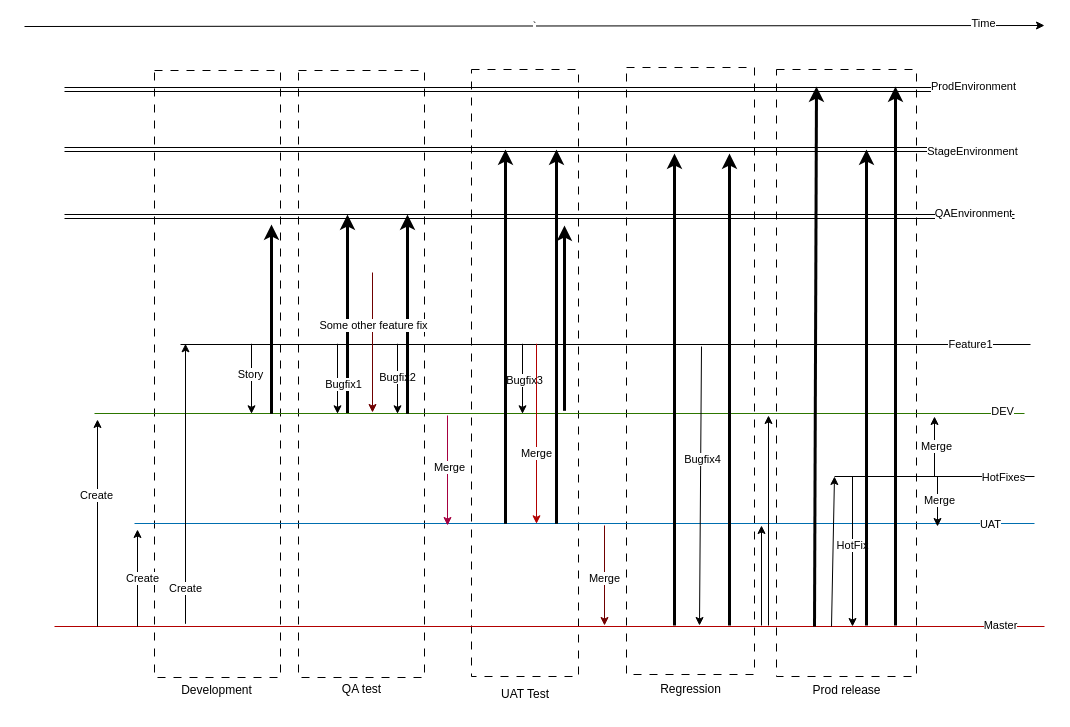
sshevchenko777/POC keeps this draw.io diagram as BatchRelease.drawio. Above is the earlier version. Source tidied: cells renumbered, new cells numbered last; positions are measured from the earlier drawing's top-left corner, leaving out a move shared by most shapes. Both pictures are drawn from the tidied source at 100%, with x=0, y=0 at pixel (24, 25).
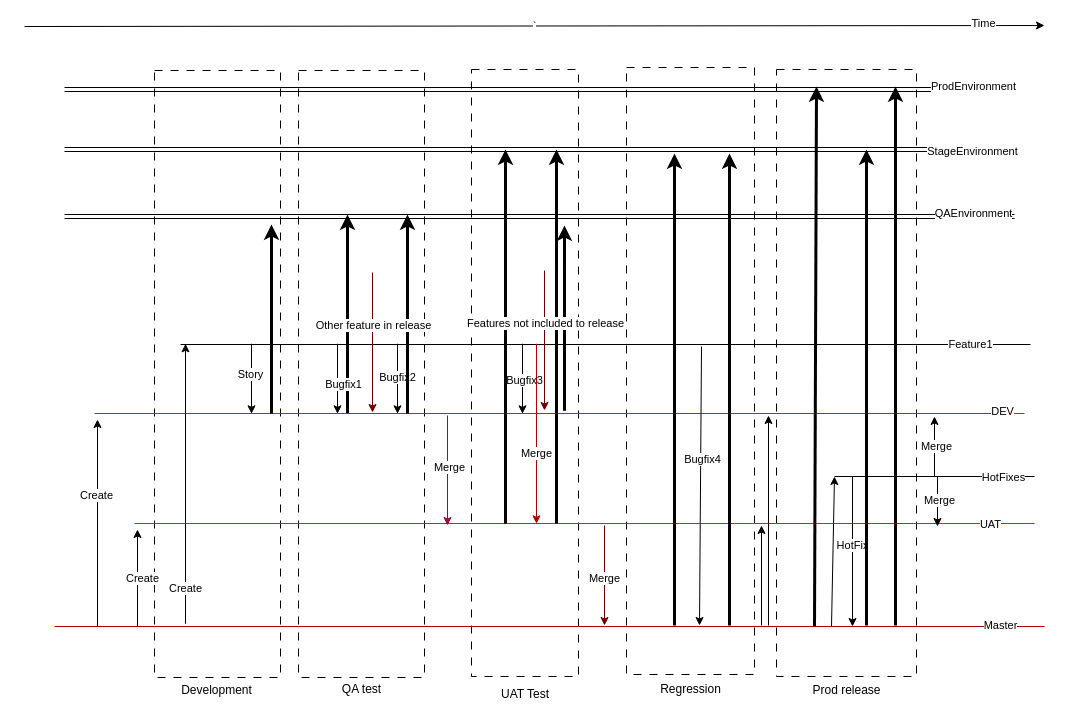
Above is the later version.

The change refers to these unchanged cells:
```xml
<mxCell id="39" style="endArrow=classic;html=1;rounded=0;fillColor=#a20025;strokeColor=#6F0000;" parent="1" edge="1">
  <mxGeometry relative="1" as="geometry">
    <mxPoint x="348" y="247" as="sourcePoint" />
    <mxPoint x="348" y="387" as="targetPoint" />
  </mxGeometry>
</mxCell>
```

Change to the diagram source:
```diff
@@
-    <mxCell id="40" value="Some other feature fix" style="edgeLabel;html=1;align=center;verticalAlign=middle;" parent="39" vertex="1">
+    <mxCell id="40" value="O&lt;span style=&quot;background-color: light-dark(#ffffff, var(--ge-dark-color, #121212)); color: light-dark(rgb(0, 0, 0), rgb(255, 255, 255));&quot;&gt;ther feature in release&lt;/span&gt;" style="edgeLabel;html=1;align=center;verticalAlign=middle;" parent="39" vertex="1">
       <mxGeometry x="-0.64" y="1" relative="1" as="geometry">
         <mxPoint x="-1" y="27" as="offset" />
       </mxGeometry>
     </mxCell>
@@
+    <mxCell id="74" style="endArrow=classic;html=1;rounded=0;fillColor=#a20025;strokeColor=#6F0000;" parent="1" edge="1">
+      <mxGeometry relative="1" as="geometry">
+        <mxPoint x="520" y="245" as="sourcePoint" />
+        <mxPoint x="520" y="385" as="targetPoint" />
+      </mxGeometry>
+    </mxCell>
+    <mxCell id="75" value="Features not included to release" style="edgeLabel;html=1;align=center;verticalAlign=middle;" parent="74" vertex="1">
+      <mxGeometry x="-0.64" y="1" relative="1" as="geometry">
+        <mxPoint x="-1" y="27" as="offset" />
+      </mxGeometry>
+    </mxCell>
```
